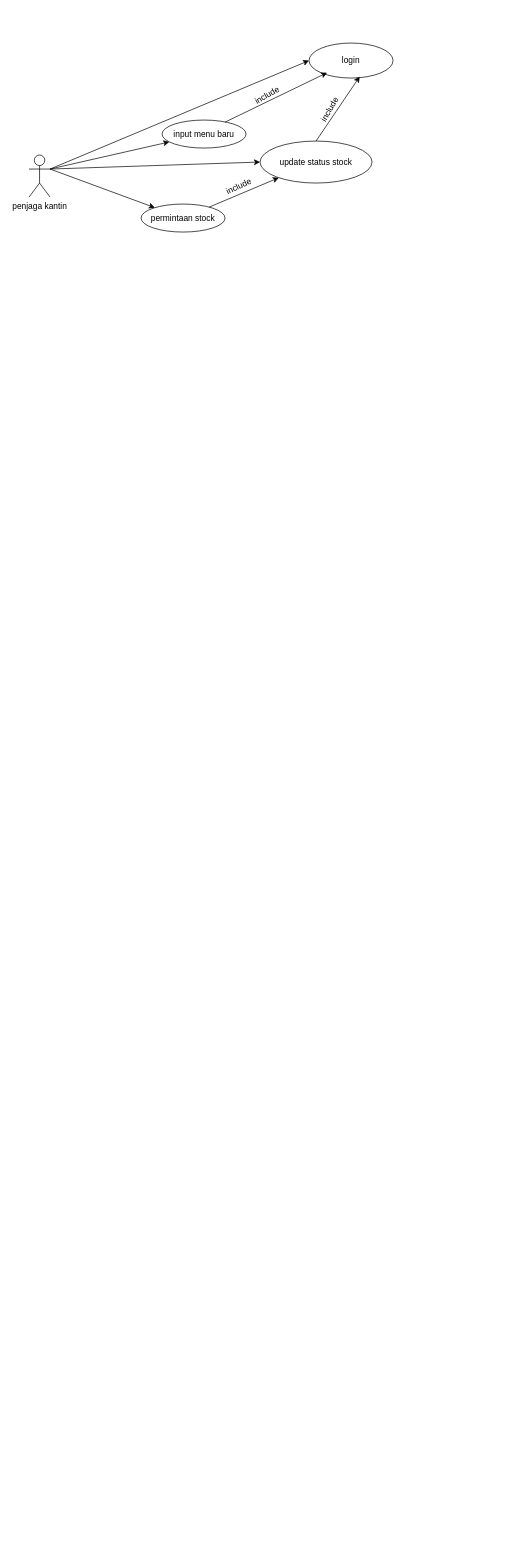
This is Untitled Diagram.drawio from vanesamrd/kuis-1, a draw.io file, before an edit. Source tidied: cells renumbered, new cells numbered last; positions are measured from the earlier drawing's top-left corner, leaving out a move shared by most shapes. Both pictures are drawn from the tidied source at 70%, with x=0, y=0 at pixel (29, 43).
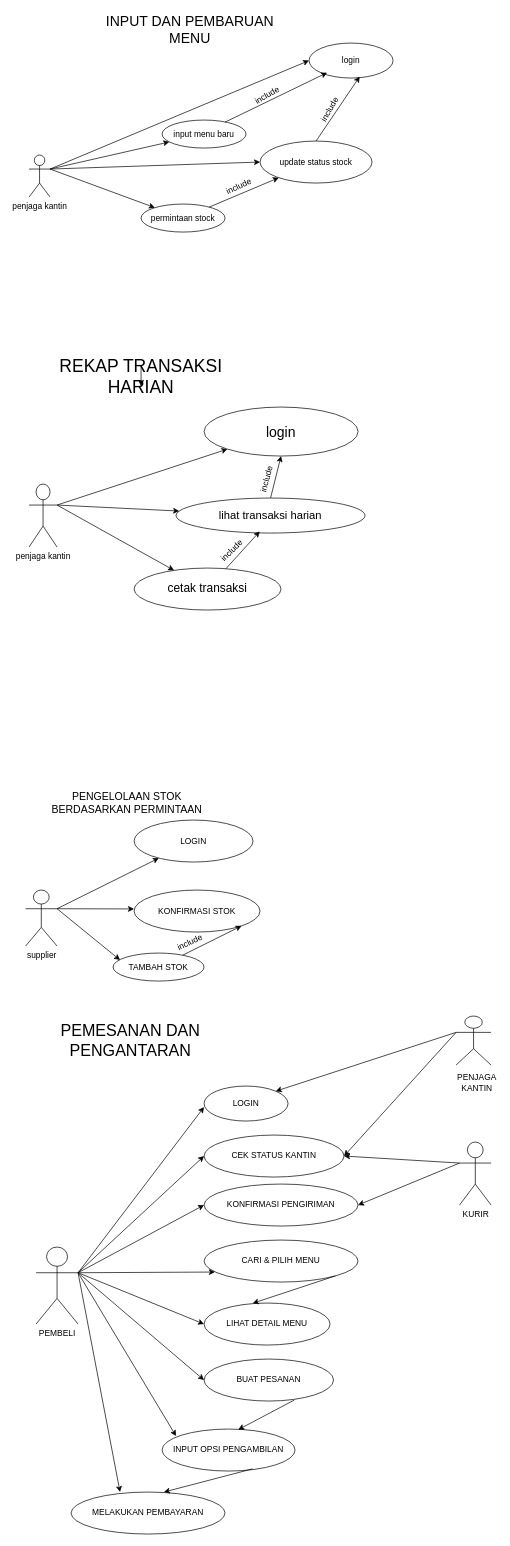
After the change.

What changed in the source:
```diff
@@
+    <mxCell id="17" value="&lt;font style=&quot;font-size: 20px;&quot;&gt;INPUT DAN PEMBARUAN MENU&lt;/font&gt;" style="text;html=1;align=center;verticalAlign=middle;whiteSpace=wrap;rounded=0;" parent="1" vertex="1">
+      <mxGeometry x="80" y="-30" width="300" height="20" as="geometry" />
+    </mxCell>
+    <mxCell id="18" value="penjaga kantin" style="shape=umlActor;verticalLabelPosition=bottom;verticalAlign=top;html=1;outlineConnect=0;" parent="1" vertex="1">
+      <mxGeometry y="630" width="40" height="90" as="geometry" />
+    </mxCell>
+    <mxCell id="19" style="endArrow=classic;html=1;rounded=0;exitX=1;exitY=0.3333333333333333;exitDx=0;exitDy=0;exitPerimeter=0;" parent="1" edge="1" source="18" target="20">
+      <mxGeometry relative="1" as="geometry" />
+    </mxCell>
+    <mxCell id="20" value="&lt;font style=&quot;font-size: 20px;&quot;&gt;login&lt;/font&gt;" style="ellipse;whiteSpace=wrap;html=1;" parent="1" vertex="1">
+      <mxGeometry x="250" y="520" width="220" height="70" as="geometry" />
+    </mxCell>
+    <mxCell id="21" style="endArrow=classic;html=1;rounded=0;exitX=1;exitY=0.3333333333333333;exitDx=0;exitDy=0;exitPerimeter=0;" parent="1" edge="1" source="18" target="22">
+      <mxGeometry relative="1" as="geometry" />
+    </mxCell>
+    <mxCell id="22" value="&lt;font style=&quot;font-size: 16px;&quot;&gt;lihat transaksi harian&lt;/font&gt;" style="ellipse;whiteSpace=wrap;html=1;" parent="1" vertex="1">
+      <mxGeometry x="210" y="650" width="270" height="50" as="geometry" />
+    </mxCell>
+    <mxCell id="23" style="endArrow=classic;html=1;rounded=0;exitX=1;exitY=0.3333333333333333;exitDx=0;exitDy=0;exitPerimeter=0;" parent="1" edge="1" source="18" target="24">
+      <mxGeometry relative="1" as="geometry" />
+    </mxCell>
+    <mxCell id="24" value="&lt;font style=&quot;font-size: 17px;&quot;&gt;cetak transaksi&lt;/font&gt;" style="ellipse;whiteSpace=wrap;html=1;" parent="1" vertex="1">
+      <mxGeometry x="150" y="750" width="210" height="60" as="geometry" />
+    </mxCell>
+    <mxCell id="25" style="endArrow=classic;html=1;rounded=0;exitX=0.5;exitY=0;exitDx=0;exitDy=0;entryX=0.5;entryY=1;entryDx=0;entryDy=0;" parent="1" edge="1" source="22" target="20">
+      <mxGeometry relative="1" as="geometry" />
+    </mxCell>
+    <mxCell id="26" value="include" style="text;html=1;align=center;verticalAlign=middle;whiteSpace=wrap;rounded=0;rotation=-75;" parent="1" vertex="1">
+      <mxGeometry x="305.3" y="600" width="69.5" height="46.3" as="geometry" />
+    </mxCell>
+    <mxCell id="27" style="endArrow=classic;html=1;rounded=0;entryX=0.443;entryY=0.953;entryDx=0;entryDy=0;entryPerimeter=0;" parent="1" edge="1" source="24" target="22">
+      <mxGeometry relative="1" as="geometry" />
+    </mxCell>
+    <mxCell id="28" value="include" style="text;html=1;align=center;verticalAlign=middle;whiteSpace=wrap;rounded=0;rotation=-45;" parent="1" vertex="1">
+      <mxGeometry x="260" y="710" width="60" height="30" as="geometry" />
+    </mxCell>
+    <mxCell id="29" value="&lt;font style=&quot;font-size: 25px;&quot;&gt;REKAP TRANSAKSI HARIAN&lt;/font&gt;" style="text;html=1;align=center;verticalAlign=middle;whiteSpace=wrap;rounded=0;" parent="1" vertex="1">
+      <mxGeometry y="460" width="320" height="30" as="geometry" />
+    </mxCell>
+    <mxCell id="30" style="edgeStyle=orthogonalEdgeStyle;rounded=0;orthogonalLoop=1;jettySize=auto;html=1;exitX=0.5;exitY=0;exitDx=0;exitDy=0;entryX=0.5;entryY=1;entryDx=0;entryDy=0;" parent="1" edge="1" source="29" target="29">
+      <mxGeometry relative="1" as="geometry" />
+    </mxCell>
+    <mxCell id="31" value="supplier" style="shape=umlActor;verticalLabelPosition=bottom;verticalAlign=top;html=1;outlineConnect=0;" parent="1" vertex="1">
+      <mxGeometry x="-5" y="1210" width="45" height="80" as="geometry" />
+    </mxCell>
+    <mxCell id="32" style="endArrow=classic;html=1;rounded=0;exitX=1;exitY=0.3333333333333333;exitDx=0;exitDy=0;exitPerimeter=0;" parent="1" edge="1" source="31" target="33">
+      <mxGeometry relative="1" as="geometry" />
+    </mxCell>
+    <mxCell id="33" value="LOGIN" style="ellipse;whiteSpace=wrap;html=1;" parent="1" vertex="1">
+      <mxGeometry x="150" y="1110" width="170" height="60" as="geometry" />
+    </mxCell>
+    <mxCell id="34" style="endArrow=classic;html=1;rounded=0;exitX=1;exitY=0.3333333333333333;exitDx=0;exitDy=0;exitPerimeter=0;" parent="1" edge="1" source="31">
+      <mxGeometry relative="1" as="geometry">
+        <mxPoint x="150" y="1237" as="targetPoint" />
+      </mxGeometry>
+    </mxCell>
+    <mxCell id="35" value="KONFIRMASI STOK" style="ellipse;whiteSpace=wrap;html=1;" parent="1" vertex="1">
+      <mxGeometry x="150" y="1210" width="180" height="60" as="geometry" />
+    </mxCell>
+    <mxCell id="36" style="endArrow=classic;html=1;rounded=0;exitX=1;exitY=0.3333333333333333;exitDx=0;exitDy=0;exitPerimeter=0;" parent="1" edge="1" source="31">
+      <mxGeometry relative="1" as="geometry">
+        <mxPoint x="130" y="1310" as="targetPoint" />
+      </mxGeometry>
+    </mxCell>
+    <mxCell id="37" value="TAMBAH STOK" style="ellipse;whiteSpace=wrap;html=1;" parent="1" vertex="1">
+      <mxGeometry x="120" y="1300" width="130" height="40" as="geometry" />
+    </mxCell>
+    <mxCell id="38" style="endArrow=classic;html=1;rounded=0;entryX=1;entryY=1;entryDx=0;entryDy=0;" parent="1" edge="1" source="37" target="35">
+      <mxGeometry relative="1" as="geometry" />
+    </mxCell>
+    <mxCell id="39" value="include" style="text;html=1;align=center;verticalAlign=middle;whiteSpace=wrap;rounded=0;rotation=-25;" parent="1" vertex="1">
+      <mxGeometry x="210" y="1274.7" width="40" height="20" as="geometry" />
+    </mxCell>
+    <mxCell id="40" value="&lt;font style=&quot;font-size: 15px;&quot;&gt;PENGELOLAAN STOK BERDASARKAN PERMINTAAN&lt;/font&gt;" style="text;html=1;align=center;verticalAlign=middle;whiteSpace=wrap;rounded=0;" parent="1" vertex="1">
+      <mxGeometry x="30" y="1070" width="220" height="30" as="geometry" />
+    </mxCell>
+    <mxCell id="41" value="PEMBELI" style="shape=umlActor;verticalLabelPosition=bottom;verticalAlign=top;html=1;outlineConnect=0;" parent="1" vertex="1">
+      <mxGeometry x="10" y="1720" width="60" height="110" as="geometry" />
+    </mxCell>
+    <mxCell id="42" style="endArrow=classic;html=1;rounded=0;exitX=1;exitY=0.3333333333333333;exitDx=0;exitDy=0;exitPerimeter=0;" parent="1" edge="1" source="41">
+      <mxGeometry relative="1" as="geometry">
+        <mxPoint x="250" y="1520" as="targetPoint" />
+      </mxGeometry>
+    </mxCell>
+    <mxCell id="43" value="LOGIN" style="ellipse;whiteSpace=wrap;html=1;" parent="1" vertex="1">
+      <mxGeometry x="250" y="1490" width="120" height="50" as="geometry" />
+    </mxCell>
+    <mxCell id="44" style="endArrow=classic;html=1;rounded=0;exitX=1;exitY=0.3333333333333333;exitDx=0;exitDy=0;exitPerimeter=0;" parent="1" edge="1" source="41">
+      <mxGeometry relative="1" as="geometry">
+        <mxPoint x="250" y="1590" as="targetPoint" />
+      </mxGeometry>
+    </mxCell>
+    <mxCell id="45" value="CEK STATUS KANTIN" style="ellipse;whiteSpace=wrap;html=1;" parent="1" vertex="1">
+      <mxGeometry x="250" y="1560" width="200" height="60" as="geometry" />
+    </mxCell>
+    <mxCell id="46" style="endArrow=classic;html=1;rounded=0;exitX=1;exitY=0.3333333333333333;exitDx=0;exitDy=0;exitPerimeter=0;" parent="1" edge="1" source="41">
+      <mxGeometry relative="1" as="geometry">
+        <mxPoint x="250" y="1660" as="targetPoint" />
+      </mxGeometry>
+    </mxCell>
+    <mxCell id="47" value="KONFIRMASI PENGIRIMAN" style="ellipse;whiteSpace=wrap;html=1;" parent="1" vertex="1">
+      <mxGeometry x="250" y="1630" width="220" height="60" as="geometry" />
+    </mxCell>
+    <mxCell id="48" style="shape=umlActor;verticalLabelPosition=bottom;verticalAlign=top;html=1;outlineConnect=0;" parent="1" vertex="1">
+      <mxGeometry x="610" y="1390" width="50" height="70" as="geometry" />
+    </mxCell>
+    <mxCell id="49" value="PENJAGA KANTIN" style="text;strokeColor=none;align=center;fillColor=none;html=1;verticalAlign=middle;whiteSpace=wrap;rounded=0;" parent="1" vertex="1">
+      <mxGeometry x="610" y="1470" width="60" height="30" as="geometry" />
+    </mxCell>
+    <mxCell id="50" value="KURIR" style="shape=umlActor;verticalLabelPosition=bottom;verticalAlign=top;html=1;outlineConnect=0;" parent="1" vertex="1">
+      <mxGeometry x="615" y="1570" width="45" height="90" as="geometry" />
+    </mxCell>
+    <mxCell id="51" style="endArrow=classic;html=1;rounded=0;exitX=0;exitY=0.3333333333333333;exitDx=0;exitDy=0;exitPerimeter=0;entryX=1;entryY=0;entryDx=0;entryDy=0;" parent="1" edge="1" source="48" target="43">
+      <mxGeometry relative="1" as="geometry" />
+    </mxCell>
+    <mxCell id="52" style="endArrow=classic;html=1;rounded=0;entryX=1;entryY=0.5;entryDx=0;entryDy=0;exitX=0;exitY=0.3333333333333333;exitDx=0;exitDy=0;exitPerimeter=0;" parent="1" edge="1" source="48" target="45">
+      <mxGeometry relative="1" as="geometry" />
+    </mxCell>
+    <mxCell id="53" style="endArrow=classic;html=1;rounded=0;exitX=0;exitY=0.3333333333333333;exitDx=0;exitDy=0;exitPerimeter=0;entryX=1;entryY=0.5;entryDx=0;entryDy=0;" parent="1" edge="1" source="50" target="45">
+      <mxGeometry relative="1" as="geometry" />
+    </mxCell>
+    <mxCell id="54" style="endArrow=classic;html=1;rounded=0;exitX=0;exitY=0.3333333333333333;exitDx=0;exitDy=0;exitPerimeter=0;entryX=1;entryY=0.5;entryDx=0;entryDy=0;" parent="1" edge="1" source="50" target="47">
+      <mxGeometry relative="1" as="geometry" />
+    </mxCell>
+    <mxCell id="55" style="endArrow=classic;html=1;rounded=0;exitX=1;exitY=0.3333333333333333;exitDx=0;exitDy=0;exitPerimeter=0;entryX=0.071;entryY=0.762;entryDx=0;entryDy=0;entryPerimeter=0;" parent="1" edge="1" source="41" target="56">
+      <mxGeometry relative="1" as="geometry" />
+    </mxCell>
+    <mxCell id="56" value="CARI &amp;amp; PILIH MENU" style="ellipse;whiteSpace=wrap;html=1;" parent="1" vertex="1">
+      <mxGeometry x="250" y="1710" width="220" height="60" as="geometry" />
+    </mxCell>
+    <mxCell id="57" style="endArrow=classic;html=1;rounded=0;exitX=1;exitY=0.3333333333333333;exitDx=0;exitDy=0;exitPerimeter=0;" parent="1" edge="1" source="41">
+      <mxGeometry relative="1" as="geometry">
+        <mxPoint x="250" y="1830" as="targetPoint" />
+      </mxGeometry>
+    </mxCell>
+    <mxCell id="58" style="endArrow=classic;html=1;rounded=0;exitX=1;exitY=0.3333333333333333;exitDx=0;exitDy=0;exitPerimeter=0;" parent="1" edge="1" source="41">
+      <mxGeometry relative="1" as="geometry">
+        <mxPoint x="250" y="1910" as="targetPoint" />
+      </mxGeometry>
+    </mxCell>
+    <mxCell id="59" style="endArrow=classic;html=1;rounded=0;exitX=1;exitY=0.3333333333333333;exitDx=0;exitDy=0;exitPerimeter=0;" parent="1" edge="1" source="41">
+      <mxGeometry relative="1" as="geometry">
+        <mxPoint x="210" y="1990" as="targetPoint" />
+      </mxGeometry>
+    </mxCell>
+    <mxCell id="60" style="endArrow=classic;html=1;rounded=0;exitX=1;exitY=0.3333333333333333;exitDx=0;exitDy=0;exitPerimeter=0;" parent="1" edge="1" source="41">
+      <mxGeometry relative="1" as="geometry">
+        <mxPoint x="130" y="2070" as="targetPoint" />
+      </mxGeometry>
+    </mxCell>
+    <mxCell id="61" value="LIHAT DETAIL MENU" style="ellipse;whiteSpace=wrap;html=1;" parent="1" vertex="1">
+      <mxGeometry x="250" y="1800" width="180" height="60" as="geometry" />
+    </mxCell>
+    <mxCell id="62" value="BUAT PESANAN" style="ellipse;whiteSpace=wrap;html=1;" parent="1" vertex="1">
+      <mxGeometry x="250" y="1880" width="185" height="60" as="geometry" />
+    </mxCell>
+    <mxCell id="63" value="INPUT OPSI PENGAMBILAN" style="ellipse;whiteSpace=wrap;html=1;" parent="1" vertex="1">
+      <mxGeometry x="190" y="1980" width="190" height="60" as="geometry" />
+    </mxCell>
+    <mxCell id="64" value="MELAKUKAN PEMBAYARAN" style="ellipse;whiteSpace=wrap;html=1;" parent="1" vertex="1">
+      <mxGeometry x="60" y="2070" width="220" height="60" as="geometry" />
+    </mxCell>
+    <mxCell id="65" style="endArrow=classic;html=1;rounded=0;entryX=0.603;entryY=0;entryDx=0;entryDy=0;entryPerimeter=0;exitX=0.681;exitY=0.948;exitDx=0;exitDy=0;exitPerimeter=0;" parent="1" edge="1" source="63" target="64">
+      <mxGeometry relative="1" as="geometry" />
+    </mxCell>
+    <mxCell id="66" style="endArrow=classic;html=1;rounded=0;entryX=0.573;entryY=0.014;entryDx=0;entryDy=0;entryPerimeter=0;exitX=0.697;exitY=0.976;exitDx=0;exitDy=0;exitPerimeter=0;" parent="1" edge="1" source="62" target="63">
+      <mxGeometry relative="1" as="geometry" />
+    </mxCell>
+    <mxCell id="67" style="endArrow=classic;html=1;rounded=0;entryX=0.386;entryY=0.005;entryDx=0;entryDy=0;entryPerimeter=0;exitX=1;exitY=1;exitDx=0;exitDy=0;" parent="1" edge="1" source="56" target="61">
+      <mxGeometry relative="1" as="geometry" />
+    </mxCell>
+    <mxCell id="68" value="&lt;font style=&quot;font-size: 23px;&quot;&gt;PEMESANAN DAN PENGANTARAN&lt;/font&gt;" style="text;html=1;align=center;verticalAlign=middle;whiteSpace=wrap;rounded=0;" parent="1" vertex="1">
+      <mxGeometry x="20" y="1410" width="250" height="30" as="geometry" />
+    </mxCell>
```
